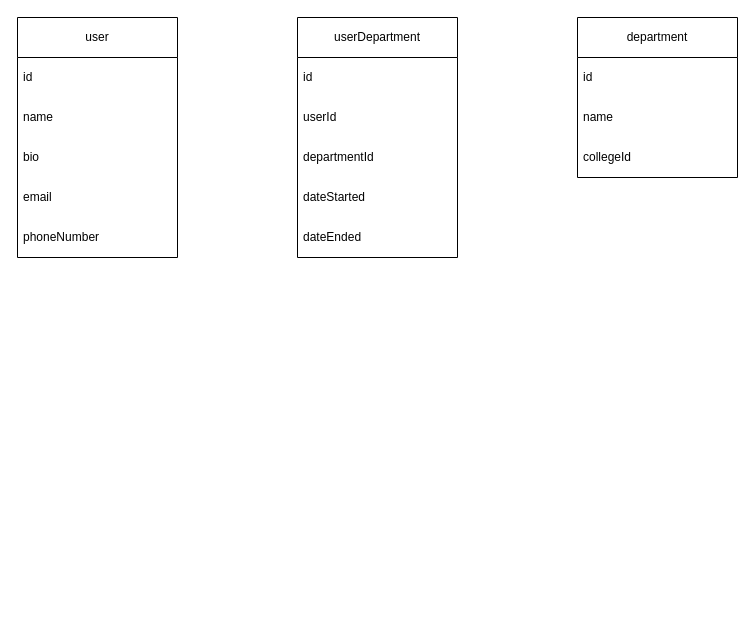
This is architecture/ProjectX76-A.drawio from X76-A/documents, a draw.io file, before an edit. Source tidied: cells renumbered, new cells numbered last; positions are measured from the earlier drawing's top-left corner, leaving out a move shared by most shapes. Both pictures are drawn from the tidied source at 100%, with x=0, y=0 at pixel (17, 17).
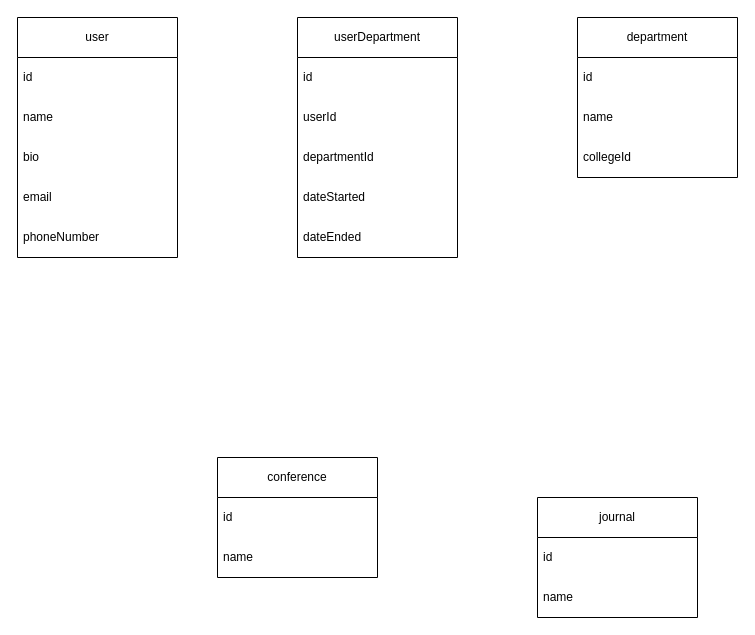
Above is the later version.

Diff of the diagram source:
```diff
@@
+    <mxCell id="18" value="journal" style="swimlane;fontStyle=0;horizontal=1;startSize=40;whiteSpace=wrap;html=1;" parent="1" vertex="1">
+      <mxGeometry x="520" y="480" width="160" height="120" as="geometry" />
+    </mxCell>
+    <mxCell id="19" value="id" style="text;strokeColor=none;fillColor=none;align=left;verticalAlign=middle;spacingLeft=4;spacingRight=4;overflow=hidden;whiteSpace=wrap;html=1;" parent="18" vertex="1">
+      <mxGeometry y="40" width="160" height="40" as="geometry" />
+    </mxCell>
+    <mxCell id="20" value="name" style="text;strokeColor=none;fillColor=none;align=left;verticalAlign=middle;spacingLeft=4;spacingRight=4;overflow=hidden;whiteSpace=wrap;html=1;" parent="18" vertex="1">
+      <mxGeometry y="80" width="160" height="40" as="geometry" />
+    </mxCell>
+    <mxCell id="21" value="conference" style="swimlane;fontStyle=0;horizontal=1;startSize=40;whiteSpace=wrap;html=1;" parent="1" vertex="1">
+      <mxGeometry x="200" y="440" width="160" height="120" as="geometry" />
+    </mxCell>
+    <mxCell id="22" value="id" style="text;strokeColor=none;fillColor=none;align=left;verticalAlign=middle;spacingLeft=4;spacingRight=4;overflow=hidden;whiteSpace=wrap;html=1;" parent="21" vertex="1">
+      <mxGeometry y="40" width="160" height="40" as="geometry" />
+    </mxCell>
+    <mxCell id="23" value="name" style="text;strokeColor=none;fillColor=none;align=left;verticalAlign=middle;spacingLeft=4;spacingRight=4;overflow=hidden;whiteSpace=wrap;html=1;" parent="21" vertex="1">
+      <mxGeometry y="80" width="160" height="40" as="geometry" />
+    </mxCell>
```
